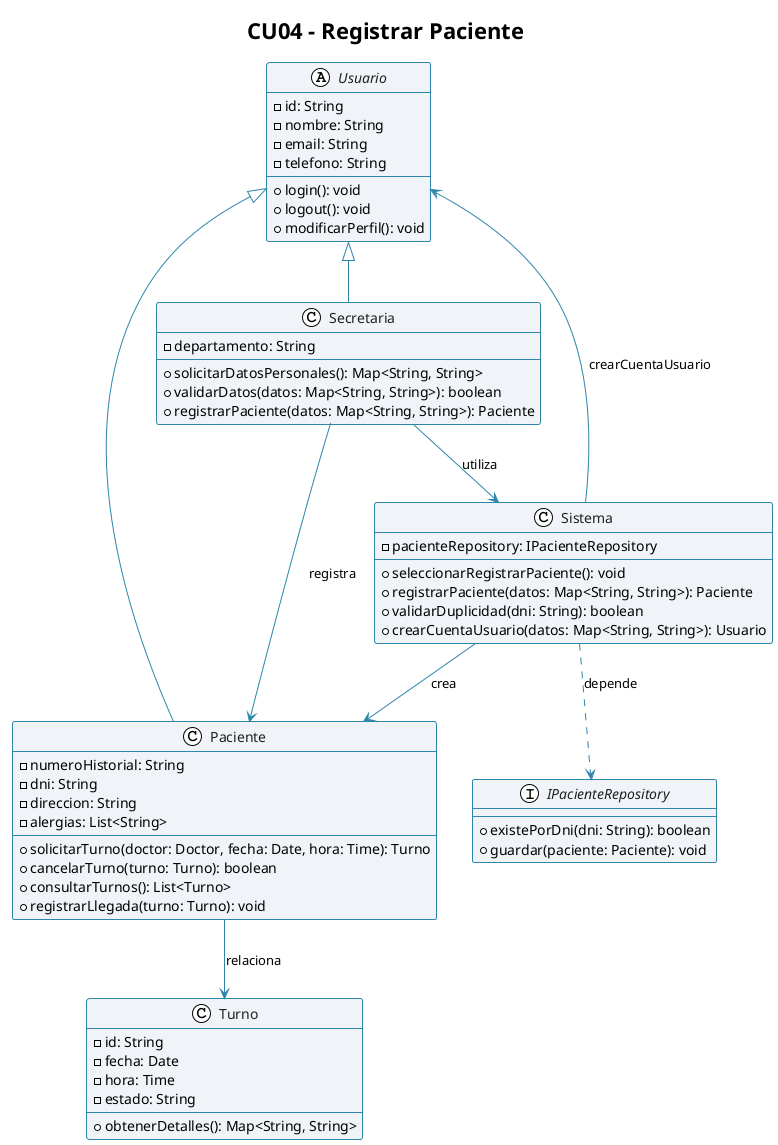
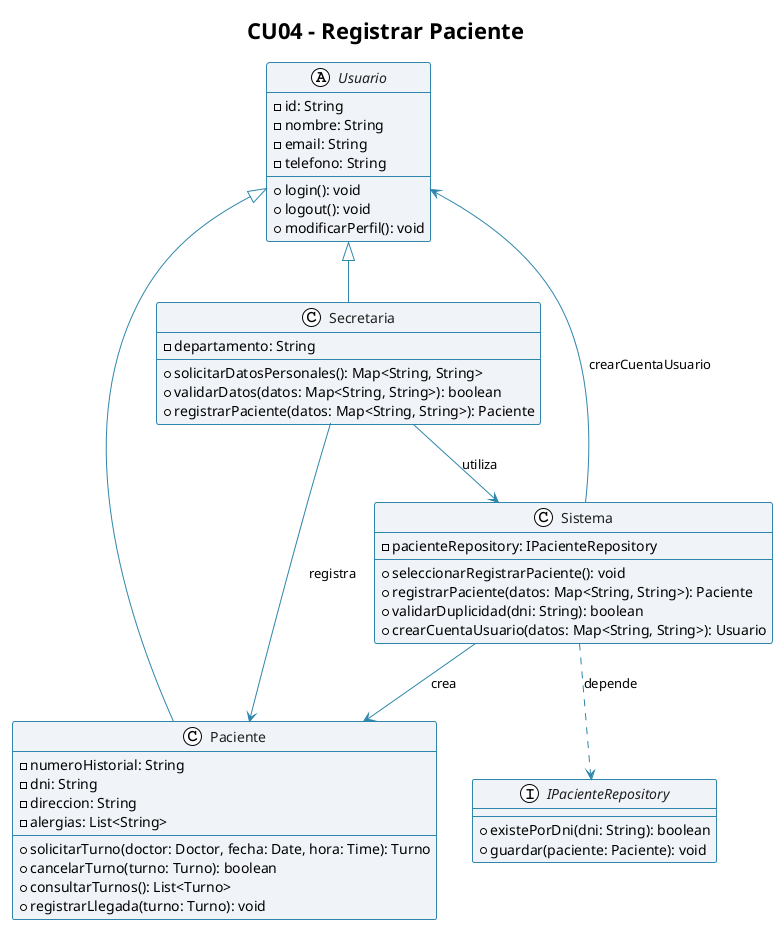
@startuml
!theme plain
title CU04 - Registrar Paciente

skinparam class {
    BackgroundColor #F0F4F8
    BorderColor #2E86AB
    ArrowColor #2E86AB
    FontColor #1F1F1F
}

abstract class Usuario {
    - id: String
    - nombre: String
    - email: String
    - telefono: String
    ---
    + login(): void
    + logout(): void
    + modificarPerfil(): void
}

class Paciente {
    - numeroHistorial: String
    - dni: String
    - direccion: String
    - alergias: List<String>
    ---
    + solicitarTurno(doctor: Doctor, fecha: Date, hora: Time): Turno
    + cancelarTurno(turno: Turno): boolean
    + consultarTurnos(): List<Turno>
    + registrarLlegada(turno: Turno): void
}

class Secretaria {
    - departamento: String
    ---
    + solicitarDatosPersonales(): Map<String, String>
    + validarDatos(datos: Map<String, String>): boolean
    + registrarPaciente(datos: Map<String, String>): Paciente
}

interface IPacienteRepository {
    + existePorDni(dni: String): boolean
    + guardar(paciente: Paciente): void
}

class Sistema {
    - pacienteRepository: IPacienteRepository
    ---
    + seleccionarRegistrarPaciente(): void
    + registrarPaciente(datos: Map<String, String>): Paciente
    + validarDuplicidad(dni: String): boolean
    + crearCuentaUsuario(datos: Map<String, String>): Usuario
}

- class Turno {
-     - id: String
-     - fecha: Date
-     - hora: Time
-     - estado: String
-     ---
-     + obtenerDetalles(): Map<String, String>
- }
- 
Usuario <|-- Paciente
Usuario <|-- Secretaria

Secretaria --> Sistema : utiliza
Secretaria --> Paciente : registra
Sistema ..> IPacienteRepository : depende
Sistema --> Paciente : crea
Sistema --> Usuario : crearCuentaUsuario
- Paciente --> Turno : relaciona

@enduml